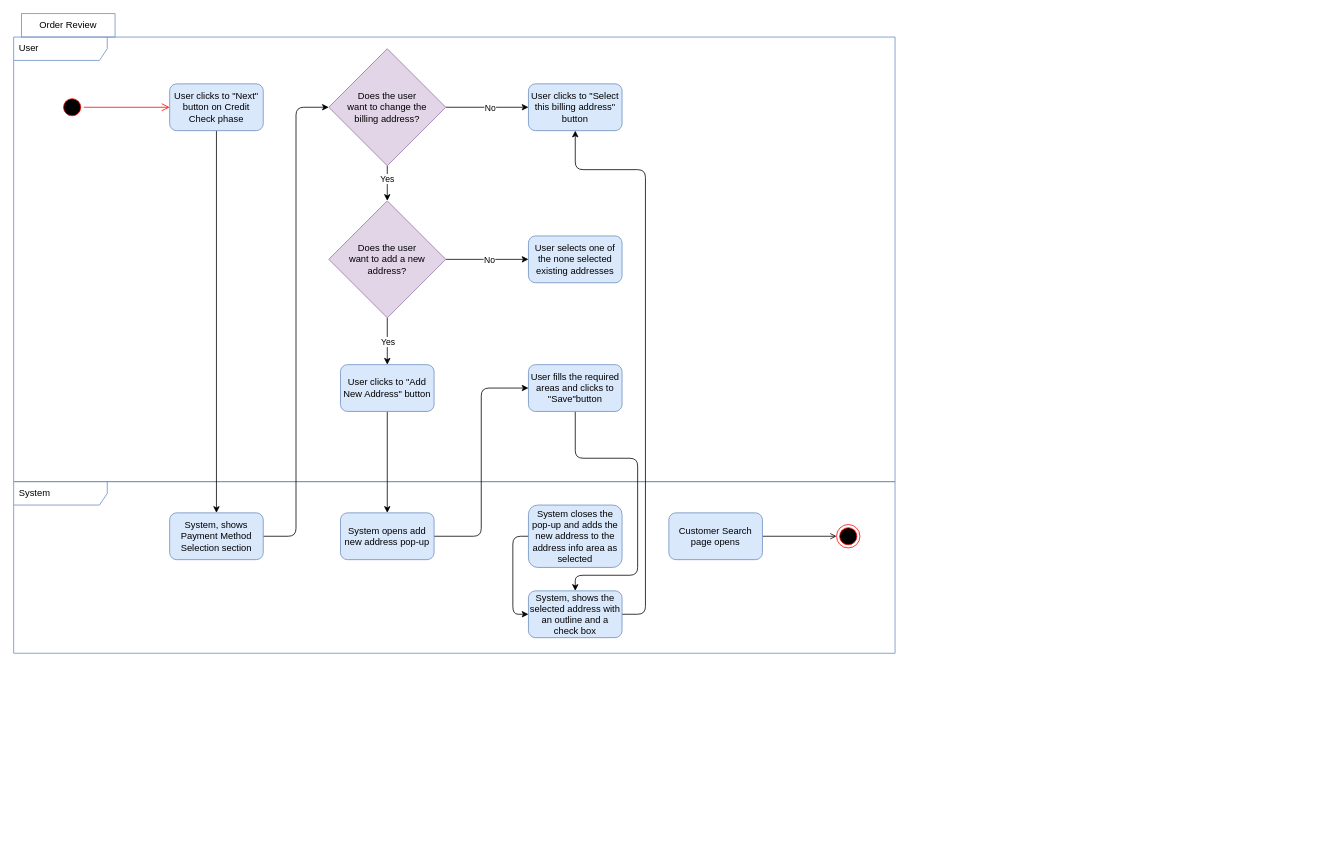
Above: Untitled Diagram.drawio in GGBebe/JIRA (draw.io), before the change. Source tidied: cells renumbered, new cells numbered last; positions are measured from the earlier drawing's top-left corner, leaving out a move shared by most shapes. Both pictures are drawn from the tidied source at 78%, with x=0, y=0 at pixel (13, 13).
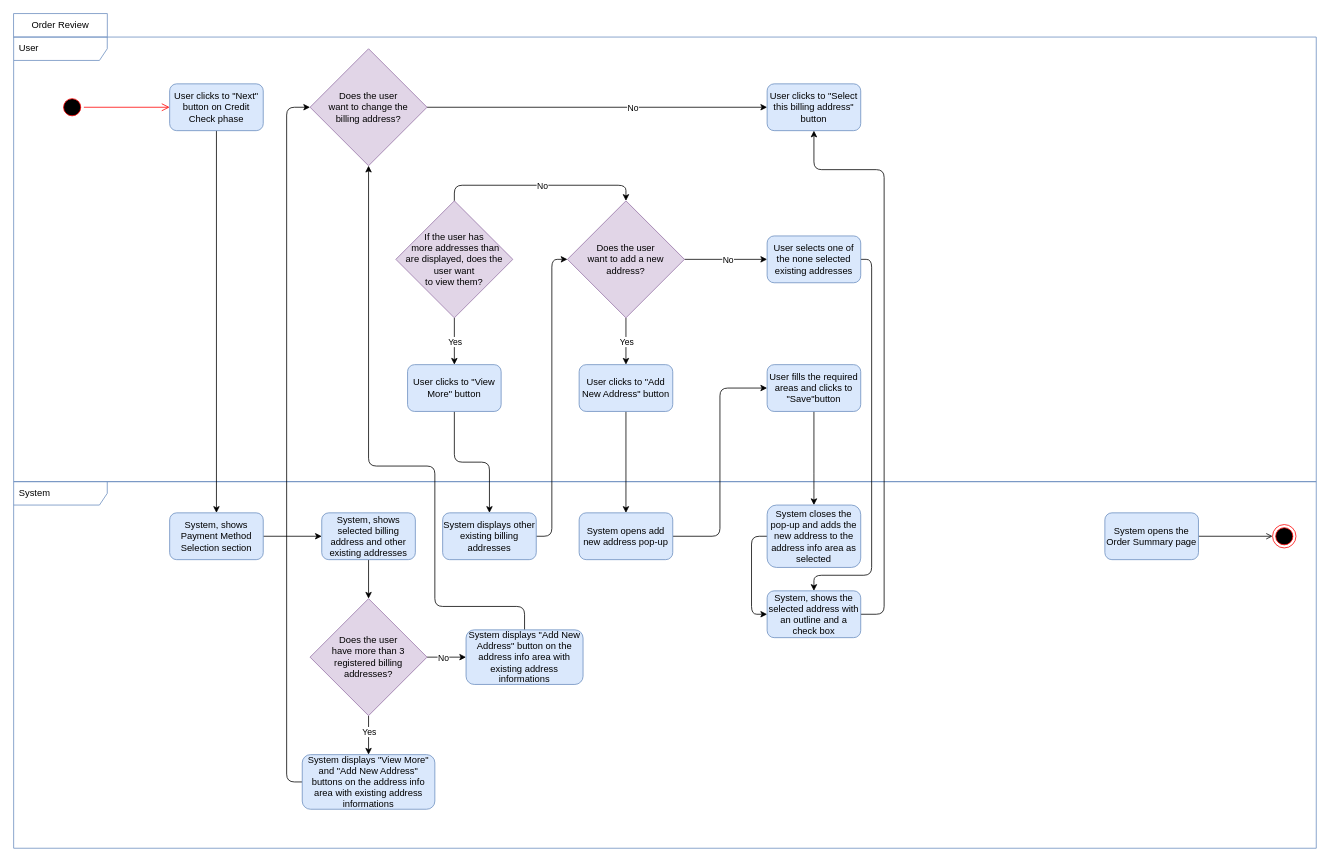
The same page after the edit.

The change refers to these unchanged cells:
```xml
<mxCell id="16" value="System, shows Payment Method Selection section" style="whiteSpace=wrap;html=1;fillColor=#dae8fc;strokeColor=#6c8ebf;rounded=1;" parent="1" vertex="1">
  <mxGeometry x="200" y="640" width="120" height="60" as="geometry" />
</mxCell>
```

Diff of the diagram source:
```diff
@@
     <mxCell id="2" value="System" style="shape=umlFrame;whiteSpace=wrap;html=1;width=120;height=30;boundedLbl=1;verticalAlign=middle;align=left;spacingLeft=5;fillColor=none;strokeColor=#6c8ebf;" parent="1" vertex="1">
-      <mxGeometry y="600" width="1130" height="220" as="geometry" />
+      <mxGeometry y="600" width="1670" height="470" as="geometry" />
     </mxCell>
     <mxCell id="3" value="User" style="shape=umlFrame;whiteSpace=wrap;html=1;width=120;height=30;boundedLbl=1;verticalAlign=middle;align=left;spacingLeft=5;fillColor=none;strokeColor=#6c8ebf;" parent="1" vertex="1">
-      <mxGeometry y="30" width="1130" height="570" as="geometry" />
+      <mxGeometry y="30" width="1670" height="570" as="geometry" />
     </mxCell>
@@
-    <mxCell id="10" style="edgeStyle=orthogonalEdgeStyle;rounded=1;jettySize=auto;html=1;entryX=0.5;entryY=0;entryDx=0;entryDy=0;" parent="1" edge="1" source="12" target="24">
-      <mxGeometry relative="1" as="geometry" />
-    </mxCell>
-    <mxCell id="11" value="Yes" style="edgeLabel;html=1;align=center;verticalAlign=middle;" parent="10" vertex="1">
-      <mxGeometry x="-0.27" y="-1" relative="1" as="geometry" />
-    </mxCell>
     <mxCell id="12" value="Does the user &lt;br&gt;want to change the &lt;br&gt;billing address?" style="rhombus;whiteSpace=wrap;html=1;fillColor=#e1d5e7;strokeColor=#9673a6;" parent="1" vertex="1">
-      <mxGeometry x="404" y="45" width="150" height="150" as="geometry" />
+      <mxGeometry x="380" y="45" width="150" height="150" as="geometry" />
     </mxCell>
@@
-    <mxCell id="14" value="Customer Search page opens" style="whiteSpace=wrap;html=1;fillColor=#dae8fc;strokeColor=#6c8ebf;rounded=1;" parent="1" vertex="1">
-      <mxGeometry x="840" y="640" width="120" height="60" as="geometry" />
+    <mxCell id="14" value="System opens the Order Summary page" style="whiteSpace=wrap;html=1;fillColor=#dae8fc;strokeColor=#6c8ebf;rounded=1;" parent="1" vertex="1">
+      <mxGeometry x="1399" y="640" width="120" height="60" as="geometry" />
     </mxCell>
-    <mxCell id="15" style="edgeStyle=orthogonalEdgeStyle;rounded=1;jettySize=auto;html=1;entryX=0;entryY=0.5;entryDx=0;entryDy=0;" parent="1" edge="1" source="16" target="12">
-      <mxGeometry relative="1" as="geometry" />
-    </mxCell>
+    <mxCell id="36" style="edgeStyle=orthogonalEdgeStyle;rounded=1;jettySize=auto;html=1;entryX=0;entryY=0.5;entryDx=0;entryDy=0;" parent="1" edge="1" source="16" target="39">
+      <mxGeometry relative="1" as="geometry" />
+    </mxCell>
@@
     <mxCell id="17" style="ellipse;html=1;shape=endState;fillColor=#000000;strokeColor=#ff0000;" parent="1" vertex="1">
-      <mxGeometry x="1055" y="655" width="30" height="30" as="geometry" />
+      <mxGeometry x="1614" y="655" width="30" height="30" as="geometry" />
     </mxCell>
     <mxCell id="18" value="Order Review" style="rounded=0;whiteSpace=wrap;html=1;fillColor=none;strokeColor=#6c8ebf;" parent="1" vertex="1">
-      <mxGeometry x="10" width="120" height="30" as="geometry" />
+      <mxGeometry width="120" height="30" as="geometry" />
     </mxCell>
     <mxCell id="19" value="User clicks to &quot;Select this billing address&quot; button" style="whiteSpace=wrap;html=1;fillColor=#dae8fc;strokeColor=#6c8ebf;rounded=1;" parent="1" vertex="1">
-      <mxGeometry x="660" y="90" width="120" height="60" as="geometry" />
+      <mxGeometry x="966" y="90" width="120" height="60" as="geometry" />
     </mxCell>
@@
     <mxCell id="24" value="Does the user &lt;br&gt;want to add a new address?" style="rhombus;whiteSpace=wrap;html=1;fillColor=#e1d5e7;strokeColor=#9673a6;" parent="1" vertex="1">
-      <mxGeometry x="404" y="240" width="150" height="150" as="geometry" />
+      <mxGeometry x="710" y="240" width="150" height="150" as="geometry" />
     </mxCell>
+    <mxCell id="37" style="edgeStyle=orthogonalEdgeStyle;rounded=1;jettySize=auto;html=1;entryX=0.5;entryY=0;entryDx=0;entryDy=0;" parent="1" edge="1" source="25" target="27">
+      <mxGeometry relative="1" as="geometry">
+        <Array as="points">
+          <mxPoint x="1100" y="315" />
+          <mxPoint x="1100" y="720" />
+          <mxPoint x="1026" y="720" />
+        </Array>
+      </mxGeometry>
+    </mxCell>
     <mxCell id="25" value="User selects one of the none selected existing addresses" style="whiteSpace=wrap;html=1;fillColor=#dae8fc;strokeColor=#6c8ebf;rounded=1;" parent="1" vertex="1">
-      <mxGeometry x="660" y="285" width="120" height="60" as="geometry" />
+      <mxGeometry x="966" y="285" width="120" height="60" as="geometry" />
     </mxCell>
     <mxCell id="26" style="edgeStyle=orthogonalEdgeStyle;rounded=1;jettySize=auto;html=1;entryX=0.5;entryY=1;entryDx=0;entryDy=0;" parent="1" edge="1" source="27" target="19">
       <mxGeometry relative="1" as="geometry">
         <Array as="points">
-          <mxPoint x="810" y="770" />
-          <mxPoint x="810" y="200" />
-          <mxPoint x="720" y="200" />
+          <mxPoint x="1116" y="770" />
+          <mxPoint x="1116" y="200" />
+          <mxPoint x="1026" y="200" />
         </Array>
       </mxGeometry>
     </mxCell>
     <mxCell id="27" value="System, shows the selected address with an outline and a check box" style="whiteSpace=wrap;html=1;fillColor=#dae8fc;strokeColor=#6c8ebf;rounded=1;" parent="1" vertex="1">
-      <mxGeometry x="660" y="740" width="120" height="60" as="geometry" />
+      <mxGeometry x="966" y="740" width="120" height="60" as="geometry" />
     </mxCell>
@@
     <mxCell id="29" value="User clicks to &quot;Add New Address&quot; button" style="whiteSpace=wrap;html=1;fillColor=#dae8fc;strokeColor=#6c8ebf;rounded=1;" parent="1" vertex="1">
-      <mxGeometry x="419" y="450" width="120" height="60" as="geometry" />
+      <mxGeometry x="725" y="450" width="120" height="60" as="geometry" />
     </mxCell>
@@
     <mxCell id="31" value="System opens add new address pop-up" style="whiteSpace=wrap;html=1;fillColor=#dae8fc;strokeColor=#6c8ebf;rounded=1;" parent="1" vertex="1">
-      <mxGeometry x="419" y="640" width="120" height="60" as="geometry" />
+      <mxGeometry x="725" y="640" width="120" height="60" as="geometry" />
     </mxCell>
-    <mxCell id="32" style="edgeStyle=orthogonalEdgeStyle;rounded=1;jettySize=auto;html=1;entryX=0.5;entryY=0;entryDx=0;entryDy=0;" parent="1" edge="1" source="33" target="27">
+    <mxCell id="32" style="edgeStyle=orthogonalEdgeStyle;rounded=1;jettySize=auto;html=1;entryX=0.5;entryY=0;entryDx=0;entryDy=0;" parent="1" edge="1" source="33" target="35">
       <mxGeometry relative="1" as="geometry">
         <Array as="points">
-          <mxPoint x="720" y="570" />
-          <mxPoint x="800" y="570" />
-          <mxPoint x="800" y="720" />
-          <mxPoint x="720" y="720" />
+          <mxPoint x="1026" y="600" />
+          <mxPoint x="1026" y="600" />
         </Array>
       </mxGeometry>
     </mxCell>
     <mxCell id="33" value="User fills the required areas and clicks to &quot;Save&quot;button" style="whiteSpace=wrap;html=1;fillColor=#dae8fc;strokeColor=#6c8ebf;rounded=1;" parent="1" vertex="1">
-      <mxGeometry x="660" y="450" width="120" height="60" as="geometry" />
+      <mxGeometry x="966" y="450" width="120" height="60" as="geometry" />
     </mxCell>
     <mxCell id="34" style="edgeStyle=orthogonalEdgeStyle;rounded=1;jettySize=auto;html=1;entryX=0;entryY=0.5;entryDx=0;entryDy=0;" parent="1" edge="1" source="35" target="27">
       <mxGeometry relative="1" as="geometry">
         <Array as="points">
-          <mxPoint x="640" y="670" />
-          <mxPoint x="640" y="770" />
+          <mxPoint x="946" y="670" />
+          <mxPoint x="946" y="770" />
         </Array>
       </mxGeometry>
     </mxCell>
     <mxCell id="35" value="System closes the pop-up and adds the new address to the address info area as selected" style="whiteSpace=wrap;html=1;fillColor=#dae8fc;strokeColor=#6c8ebf;rounded=1;" parent="1" vertex="1">
-      <mxGeometry x="660" y="630" width="120" height="80" as="geometry" />
+      <mxGeometry x="966" y="630" width="120" height="80" as="geometry" />
     </mxCell>
+    <mxCell id="38" style="edgeStyle=orthogonalEdgeStyle;rounded=1;jettySize=auto;html=1;" parent="1" edge="1" source="39" target="44">
+      <mxGeometry relative="1" as="geometry" />
+    </mxCell>
+    <mxCell id="39" value="System, shows selected billing address and other existing addresses" style="whiteSpace=wrap;html=1;fillColor=#dae8fc;strokeColor=#6c8ebf;rounded=1;" parent="1" vertex="1">
+      <mxGeometry x="395" y="640" width="120" height="60" as="geometry" />
+    </mxCell>
+    <mxCell id="40" style="edgeStyle=orthogonalEdgeStyle;rounded=1;jettySize=auto;html=1;entryX=0.5;entryY=0;entryDx=0;entryDy=0;" parent="1" edge="1" source="44" target="46">
+      <mxGeometry relative="1" as="geometry" />
+    </mxCell>
+    <mxCell id="41" value="Yes" style="edgeLabel;html=1;align=center;verticalAlign=middle;" parent="40" vertex="1">
+      <mxGeometry x="-0.32" y="-1" relative="1" as="geometry">
+        <mxPoint x="1" y="3" as="offset" />
+      </mxGeometry>
+    </mxCell>
+    <mxCell id="42" style="edgeStyle=orthogonalEdgeStyle;rounded=1;jettySize=auto;html=1;entryX=0;entryY=0.5;entryDx=0;entryDy=0;" parent="1" edge="1" source="44" target="48">
+      <mxGeometry relative="1" as="geometry" />
+    </mxCell>
+    <mxCell id="43" value="No" style="edgeLabel;html=1;align=center;verticalAlign=middle;" parent="42" vertex="1">
+      <mxGeometry x="0.17" y="-2" relative="1" as="geometry">
+        <mxPoint x="-9" y="-2" as="offset" />
+      </mxGeometry>
+    </mxCell>
+    <mxCell id="44" value="Does the user &lt;br&gt;have more than 3 registered billing addresses?" style="rhombus;whiteSpace=wrap;html=1;fillColor=#e1d5e7;strokeColor=#9673a6;" parent="1" vertex="1">
+      <mxGeometry x="380" y="750" width="150" height="150" as="geometry" />
+    </mxCell>
+    <mxCell id="45" style="edgeStyle=orthogonalEdgeStyle;rounded=1;jettySize=auto;html=1;entryX=0;entryY=0.5;entryDx=0;entryDy=0;" parent="1" edge="1" source="46" target="12">
+      <mxGeometry relative="1" as="geometry">
+        <Array as="points">
+          <mxPoint x="350" y="985" />
+          <mxPoint x="350" y="120" />
+        </Array>
+      </mxGeometry>
+    </mxCell>
+    <mxCell id="46" value="System displays &quot;View More&quot; and &quot;Add New Address&quot; buttons on the address info area with existing address informations" style="whiteSpace=wrap;html=1;fillColor=#dae8fc;strokeColor=#6c8ebf;rounded=1;" parent="1" vertex="1">
+      <mxGeometry x="370" y="950" width="170" height="70" as="geometry" />
+    </mxCell>
+    <mxCell id="47" style="edgeStyle=orthogonalEdgeStyle;rounded=1;jettySize=auto;html=1;entryX=0.5;entryY=1;entryDx=0;entryDy=0;" parent="1" edge="1" source="48" target="12">
+      <mxGeometry relative="1" as="geometry">
+        <Array as="points">
+          <mxPoint x="655" y="760" />
+          <mxPoint x="540" y="760" />
+          <mxPoint x="540" y="580" />
+          <mxPoint x="455" y="580" />
+        </Array>
+      </mxGeometry>
+    </mxCell>
+    <mxCell id="48" value="System displays &quot;Add New Address&quot; button on the address info area with existing address informations" style="whiteSpace=wrap;html=1;fillColor=#dae8fc;strokeColor=#6c8ebf;rounded=1;" parent="1" vertex="1">
+      <mxGeometry x="580" y="790" width="150" height="70" as="geometry" />
+    </mxCell>
+    <mxCell id="49" style="edgeStyle=orthogonalEdgeStyle;rounded=1;jettySize=auto;html=1;entryX=0.5;entryY=0;entryDx=0;entryDy=0;exitX=0.5;exitY=0;exitDx=0;exitDy=0;" parent="1" edge="1" source="53" target="24">
+      <mxGeometry relative="1" as="geometry" />
+    </mxCell>
+    <mxCell id="50" value="No" style="edgeLabel;html=1;align=center;verticalAlign=middle;" parent="49" vertex="1">
+      <mxGeometry x="-0.29" y="1" relative="1" as="geometry">
+        <mxPoint x="40" y="1" as="offset" />
+      </mxGeometry>
+    </mxCell>
+    <mxCell id="51" style="edgeStyle=orthogonalEdgeStyle;rounded=1;jettySize=auto;html=1;" parent="1" edge="1" source="53" target="55">
+      <mxGeometry relative="1" as="geometry" />
+    </mxCell>
+    <mxCell id="52" value="Yes" style="edgeLabel;html=1;align=center;verticalAlign=middle;" parent="51" vertex="1">
+      <mxGeometry x="0.17" y="2" relative="1" as="geometry">
+        <mxPoint x="-2" y="-5" as="offset" />
+      </mxGeometry>
+    </mxCell>
+    <mxCell id="53" value="If the user has&lt;br&gt;&amp;nbsp;more addresses than &lt;br&gt;are displayed, does the user want &lt;br&gt;to view them?" style="rhombus;whiteSpace=wrap;html=1;fillColor=#e1d5e7;strokeColor=#9673a6;" parent="1" vertex="1">
+      <mxGeometry x="490" y="240" width="150" height="150" as="geometry" />
+    </mxCell>
+    <mxCell id="54" style="edgeStyle=orthogonalEdgeStyle;rounded=1;jettySize=auto;html=1;entryX=0.5;entryY=0;entryDx=0;entryDy=0;" parent="1" edge="1" source="55" target="57">
+      <mxGeometry relative="1" as="geometry" />
+    </mxCell>
+    <mxCell id="55" value="User clicks to &quot;View More&quot; button" style="whiteSpace=wrap;html=1;fillColor=#dae8fc;strokeColor=#6c8ebf;rounded=1;" parent="1" vertex="1">
+      <mxGeometry x="505" y="450" width="120" height="60" as="geometry" />
+    </mxCell>
+    <mxCell id="56" style="edgeStyle=orthogonalEdgeStyle;rounded=1;jettySize=auto;html=1;entryX=0;entryY=0.5;entryDx=0;entryDy=0;" parent="1" edge="1" source="57" target="24">
+      <mxGeometry relative="1" as="geometry" />
+    </mxCell>
+    <mxCell id="57" value="System displays other existing billing addresses" style="whiteSpace=wrap;html=1;fillColor=#dae8fc;strokeColor=#6c8ebf;rounded=1;" parent="1" vertex="1">
+      <mxGeometry x="550" y="640" width="120" height="60" as="geometry" />
+    </mxCell>
```
